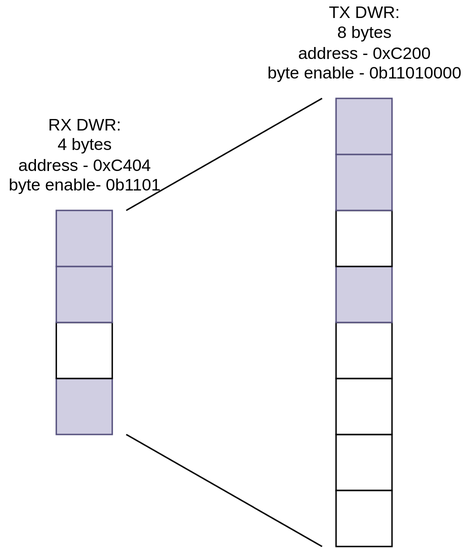
This is comp/mi_tools/reconf/doc/mi_reconfigurator_dwr_up.svg from CESNET/ofm, a draw.io export, as it was before one commit. Source tidied: cells renumbered, new cells last; positions are measured from the earlier drawing's top-left corner, leaving out a move shared by most shapes. The source it was exported from:
```xml
<mxGraphModel>
  <root>
    <mxCell id="0" />
    <mxCell id="1" parent="0" />
    <mxCell id="2" style="rounded=0;whiteSpace=wrap;html=1;fillColor=#d0cee2;strokeColor=#56517e;" parent="1" vertex="1">
      <mxGeometry x="40" y="270" width="40" height="40" as="geometry" />
    </mxCell>
    <mxCell id="3" style="rounded=0;whiteSpace=wrap;html=1;" parent="1" vertex="1">
      <mxGeometry x="40" y="230" width="40" height="40" as="geometry" />
    </mxCell>
    <mxCell id="4" style="rounded=0;whiteSpace=wrap;html=1;fillColor=#d0cee2;strokeColor=#56517e;" parent="1" vertex="1">
      <mxGeometry x="40" y="190" width="40" height="40" as="geometry" />
    </mxCell>
    <mxCell id="5" style="rounded=0;whiteSpace=wrap;html=1;fillColor=#d0cee2;strokeColor=#56517e;" parent="1" vertex="1">
      <mxGeometry x="40" y="150" width="40" height="40" as="geometry" />
    </mxCell>
    <mxCell id="6" style="rounded=0;whiteSpace=wrap;html=1;" parent="1" vertex="1">
      <mxGeometry x="240" y="310" width="40" height="40" as="geometry" />
    </mxCell>
    <mxCell id="7" style="rounded=0;whiteSpace=wrap;html=1;" parent="1" vertex="1">
      <mxGeometry x="240" y="270" width="40" height="40" as="geometry" />
    </mxCell>
    <mxCell id="8" style="rounded=0;whiteSpace=wrap;html=1;" parent="1" vertex="1">
      <mxGeometry x="240" y="230" width="40" height="40" as="geometry" />
    </mxCell>
    <mxCell id="9" style="rounded=0;whiteSpace=wrap;html=1;fillColor=#d0cee2;strokeColor=#56517e;" parent="1" vertex="1">
      <mxGeometry x="240" y="190" width="40" height="40" as="geometry" />
    </mxCell>
    <mxCell id="10" style="rounded=0;whiteSpace=wrap;html=1;" parent="1" vertex="1">
      <mxGeometry x="240" y="350" width="40" height="40" as="geometry" />
    </mxCell>
    <mxCell id="11" style="rounded=0;whiteSpace=wrap;html=1;" parent="1" vertex="1">
      <mxGeometry x="240" y="150" width="40" height="40" as="geometry" />
    </mxCell>
    <mxCell id="12" style="rounded=0;whiteSpace=wrap;html=1;fillColor=#d0cee2;strokeColor=#56517e;" parent="1" vertex="1">
      <mxGeometry x="240" y="110" width="40" height="40" as="geometry" />
    </mxCell>
    <mxCell id="13" style="rounded=0;whiteSpace=wrap;html=1;fillColor=#d0cee2;strokeColor=#56517e;" parent="1" vertex="1">
      <mxGeometry x="240" y="70" width="40" height="40" as="geometry" />
    </mxCell>
    <mxCell id="14" value="RX DWR:&lt;br&gt;4 bytes&lt;br&gt;address - 0xC404&lt;br&gt;&lt;div&gt;byte enable- 0b1101&lt;/div&gt;" style="text;html=1;align=center;verticalAlign=middle;strokeColor=none;" parent="1" vertex="1">
      <mxGeometry y="80" width="120" height="60" as="geometry" />
    </mxCell>
    <mxCell id="15" value="TX DWR:&lt;br&gt;8 bytes&lt;br&gt;address - 0xC200&lt;br&gt;byte enable - 0b11010000" style="text;html=1;align=center;verticalAlign=middle;strokeColor=none;" parent="1" vertex="1">
      <mxGeometry x="185" width="150" height="60" as="geometry" />
    </mxCell>
    <mxCell id="16" style="endArrow=none;html=1;" parent="1" edge="1">
      <mxGeometry relative="1" as="geometry">
        <mxPoint x="90" y="150" as="sourcePoint" />
        <mxPoint x="230" y="70" as="targetPoint" />
      </mxGeometry>
    </mxCell>
    <mxCell id="17" style="endArrow=none;html=1;entryX=0.3;entryY=1;entryDx=0;entryDy=0;entryPerimeter=0;" parent="1" edge="1">
      <mxGeometry relative="1" as="geometry">
        <mxPoint x="90" y="310" as="sourcePoint" />
        <mxPoint x="230" y="390" as="targetPoint" />
      </mxGeometry>
    </mxCell>
  </root>
</mxGraphModel>
```
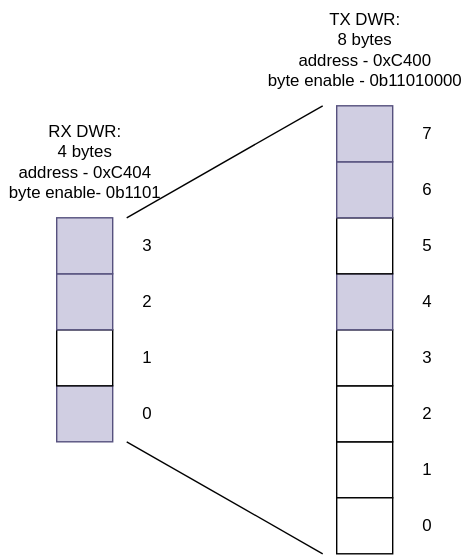
The same diagram one commit later.

Commit message:
MI reconfigurator [DOC]: fix incorrect MI address in the diagram, fix a few typos, and improve the description with a new diagram

Change to the diagram source:
```diff
@@ -41,8 +41,8 @@
     <mxCell id="14" value="RX DWR:&lt;br&gt;4 bytes&lt;br&gt;address - 0xC404&lt;br&gt;&lt;div&gt;byte enable- 0b1101&lt;/div&gt;" style="text;html=1;align=center;verticalAlign=middle;strokeColor=none;" parent="1" vertex="1">
       <mxGeometry y="80" width="120" height="60" as="geometry" />
     </mxCell>
-    <mxCell id="15" value="TX DWR:&lt;br&gt;8 bytes&lt;br&gt;address - 0xC200&lt;br&gt;byte enable - 0b11010000" style="text;html=1;align=center;verticalAlign=middle;strokeColor=none;" parent="1" vertex="1">
-      <mxGeometry x="185" width="150" height="60" as="geometry" />
+    <mxCell id="15" value="TX DWR:&lt;br&gt;8 bytes&lt;br&gt;address - 0xC400&lt;br&gt;byte enable - 0b11010000" style="text;html=1;align=center;verticalAlign=middle;strokeColor=none;" parent="1" vertex="1">
+      <mxGeometry x="180" y="-5" width="160" height="70" as="geometry" />
     </mxCell>
     <mxCell id="16" style="endArrow=none;html=1;" parent="1" edge="1">
       <mxGeometry relative="1" as="geometry">
@@ -56,5 +56,41 @@
         <mxPoint x="230" y="390" as="targetPoint" />
       </mxGeometry>
     </mxCell>
+    <mxCell id="18" value="0" style="text;html=1;align=center;verticalAlign=middle;whiteSpace=wrap;rounded=0;" parent="1" vertex="1">
+      <mxGeometry x="90" y="275" width="30" height="30" as="geometry" />
+    </mxCell>
+    <mxCell id="19" value="1" style="text;html=1;align=center;verticalAlign=middle;whiteSpace=wrap;rounded=0;" parent="1" vertex="1">
+      <mxGeometry x="90" y="235" width="30" height="30" as="geometry" />
+    </mxCell>
+    <mxCell id="20" value="2" style="text;html=1;align=center;verticalAlign=middle;whiteSpace=wrap;rounded=0;" parent="1" vertex="1">
+      <mxGeometry x="90" y="195" width="30" height="30" as="geometry" />
+    </mxCell>
+    <mxCell id="21" value="3" style="text;html=1;align=center;verticalAlign=middle;whiteSpace=wrap;rounded=0;" parent="1" vertex="1">
+      <mxGeometry x="90" y="155" width="30" height="30" as="geometry" />
+    </mxCell>
+    <mxCell id="22" value="0" style="text;html=1;align=center;verticalAlign=middle;whiteSpace=wrap;rounded=0;" parent="1" vertex="1">
+      <mxGeometry x="290" y="355" width="30" height="30" as="geometry" />
+    </mxCell>
+    <mxCell id="23" value="1" style="text;html=1;align=center;verticalAlign=middle;whiteSpace=wrap;rounded=0;" parent="1" vertex="1">
+      <mxGeometry x="290" y="315" width="30" height="30" as="geometry" />
+    </mxCell>
+    <mxCell id="24" value="2" style="text;html=1;align=center;verticalAlign=middle;whiteSpace=wrap;rounded=0;" parent="1" vertex="1">
+      <mxGeometry x="290" y="275" width="30" height="30" as="geometry" />
+    </mxCell>
+    <mxCell id="25" value="3" style="text;html=1;align=center;verticalAlign=middle;whiteSpace=wrap;rounded=0;" parent="1" vertex="1">
+      <mxGeometry x="290" y="235" width="30" height="30" as="geometry" />
+    </mxCell>
+    <mxCell id="26" value="4" style="text;html=1;align=center;verticalAlign=middle;whiteSpace=wrap;rounded=0;" parent="1" vertex="1">
+      <mxGeometry x="290" y="195" width="30" height="30" as="geometry" />
+    </mxCell>
+    <mxCell id="27" value="5" style="text;html=1;align=center;verticalAlign=middle;whiteSpace=wrap;rounded=0;" parent="1" vertex="1">
+      <mxGeometry x="290" y="155" width="30" height="30" as="geometry" />
+    </mxCell>
+    <mxCell id="28" value="6" style="text;html=1;align=center;verticalAlign=middle;whiteSpace=wrap;rounded=0;" parent="1" vertex="1">
+      <mxGeometry x="290" y="115" width="30" height="30" as="geometry" />
+    </mxCell>
+    <mxCell id="29" value="7" style="text;html=1;align=center;verticalAlign=middle;whiteSpace=wrap;rounded=0;" parent="1" vertex="1">
+      <mxGeometry x="290" y="75" width="30" height="30" as="geometry" />
+    </mxCell>
   </root>
 </mxGraphModel>
```
